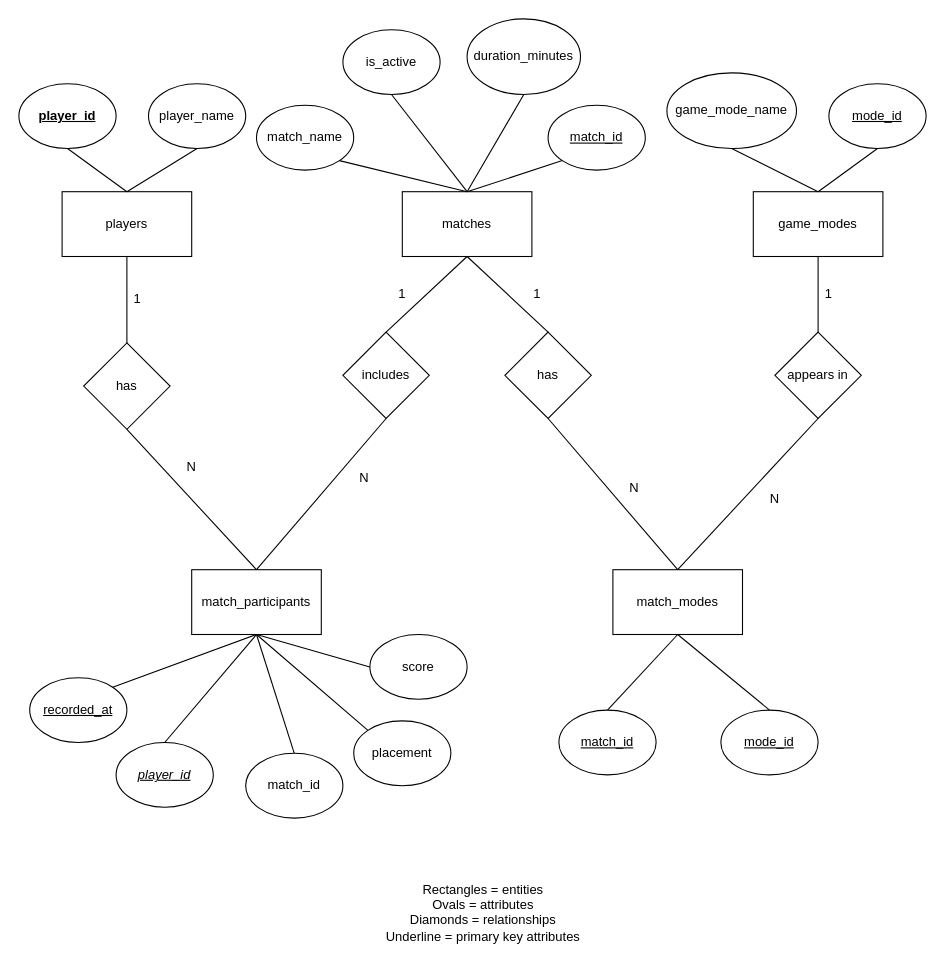
Before: schema/erd.drawio in Jonah-Camacho/EX603-Game-Telemetry-Database, a draw.io diagram. Source tidied: cells renumbered, new cells numbered last; positions are measured from the earlier drawing's top-left corner, leaving out a move shared by most shapes. Both pictures are drawn from the tidied source at 108%, with x=0, y=0 at pixel (18, 18).
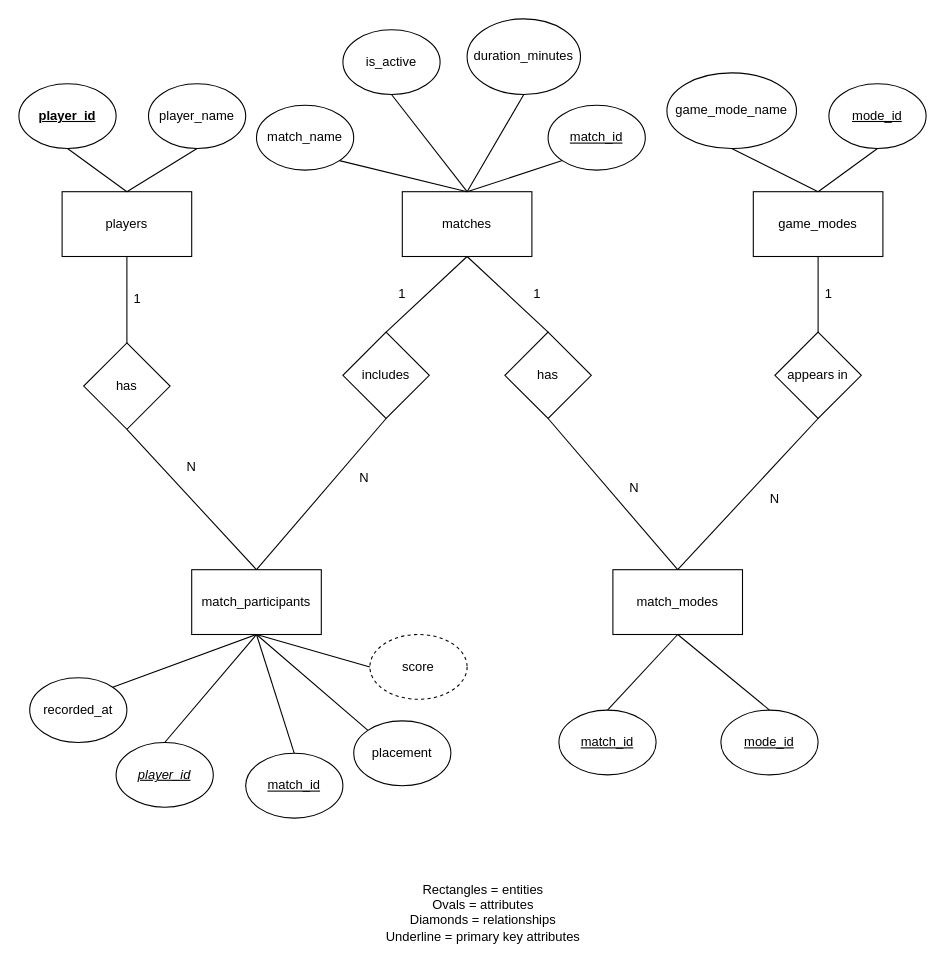
After the change.

Diff of the diagram source:
```diff
@@
-    <mxCell id="35" value="&lt;u&gt;recorded_at&lt;/u&gt;" style="ellipse;whiteSpace=wrap;html=1;shapeInside=1;" parent="1" vertex="1">
+    <mxCell id="35" value="recorded_at" style="ellipse;whiteSpace=wrap;html=1;shapeInside=1;" parent="1" vertex="1">
       <mxGeometry x="10" y="610" width="90" height="60" as="geometry" />
     </mxCell>
@@
-    <mxCell id="37" value="match_id" style="ellipse;whiteSpace=wrap;html=1;shapeInside=1;" parent="1" vertex="1">
+    <mxCell id="37" value="&lt;u&gt;match_id&lt;/u&gt;" style="ellipse;whiteSpace=wrap;html=1;shapeInside=1;" parent="1" vertex="1">
       <mxGeometry x="210" y="680" width="90" height="60" as="geometry" />
     </mxCell>
@@
-    <mxCell id="39" value="score" style="ellipse;whiteSpace=wrap;html=1;shapeInside=1;" parent="1" vertex="1">
+    <mxCell id="39" value="score" style="ellipse;whiteSpace=wrap;html=1;shapeInside=1;dashed=1;" parent="1" vertex="1">
       <mxGeometry x="325" y="570" width="90" height="60" as="geometry" />
     </mxCell>
```
